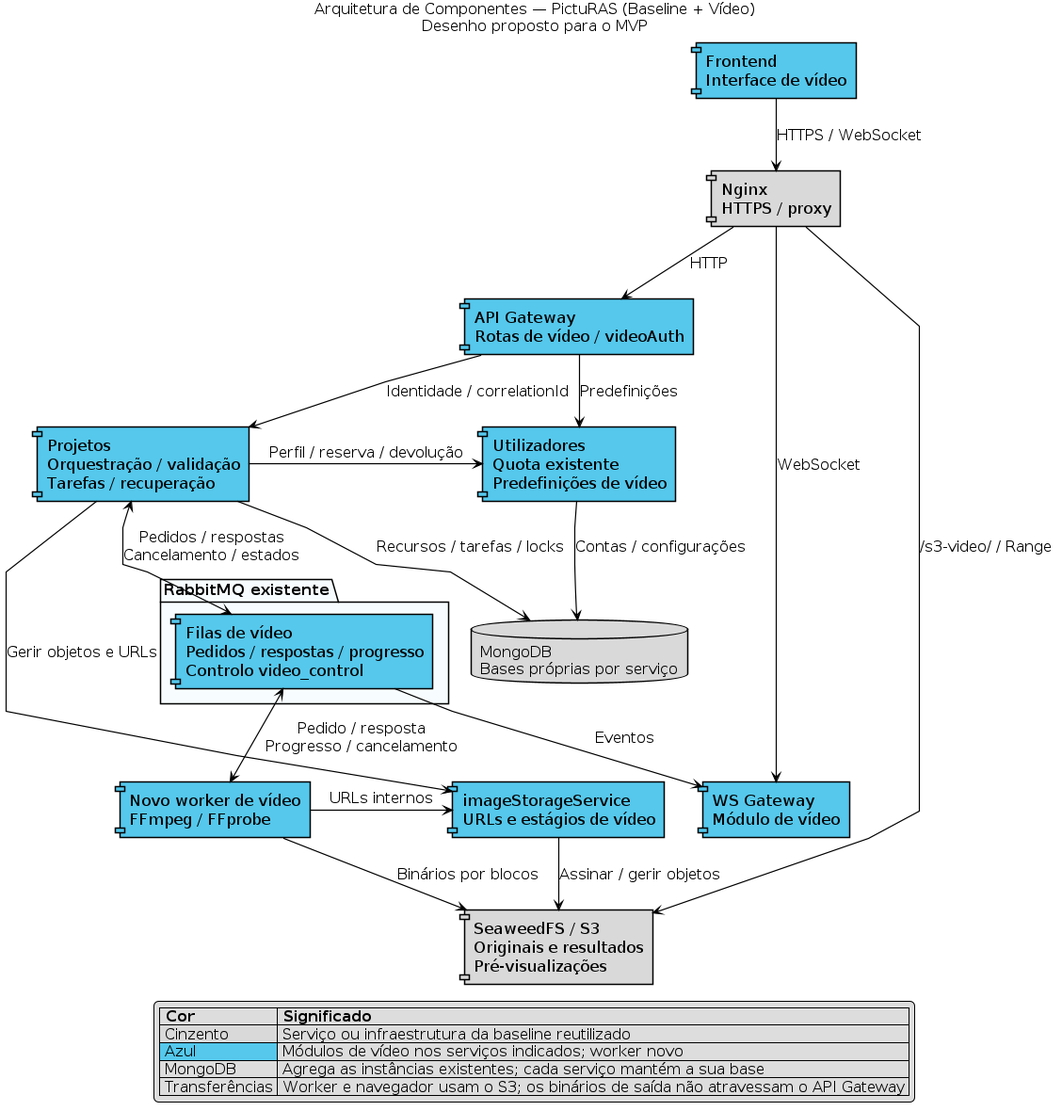
luis444coelho/picturas-27-extension keeps this PlantUML diagram as Documentos consulta/src-doc-ext-requisitos-template/images/arquitetura_componentes.png. Above is the earlier version. Its source is kept beside it as Documentos consulta/src-doc-ext-requisitos-template/images/arquitetura_componentes.puml. Its diagram source:
```plantuml
@startuml arquitetura_componentes
skinparam monochrome false
skinparam shadowing false
skinparam roundcorner 0
skinparam linetype polyline
skinparam defaultFontName Arial
skinparam defaultFontSize 16
skinparam componentFontSize 17
skinparam componentStyle rectangle
skinparam componentBackgroundColor #55C8EC
skinparam componentBorderColor black
skinparam databaseBackgroundColor #D9D9D9
skinparam databaseBorderColor black
skinparam packageBackgroundColor #F7FCFE
skinparam packageBorderColor black
skinparam ArrowColor black
skinparam ArrowThickness 1.2
skinparam nodesep 40
skinparam ranksep 55
top to bottom direction

title Arquitetura de Componentes — PictuRAS (Baseline + Vídeo)\nDesenho proposto para o MVP

component "Frontend\nInterface de vídeo" as UI
component "Nginx\nHTTPS / proxy" as Nginx #D9D9D9
component "API Gateway\nRotas de vídeo / videoAuth" as API
component "Projetos\nOrquestração / validação\nTarefas / recuperação" as Projects
component "Utilizadores\nQuota existente\nPredefinições de vídeo" as Users
package "RabbitMQ existente" {
  component "Filas de vídeo\nPedidos / respostas / progresso\nControlo video_control" as MQ
}
component "Novo worker de vídeo\nFFmpeg / FFprobe" as Worker
component "imageStorageService\nURLs e estágios de vídeo" as Storage
component "WS Gateway\nMódulo de vídeo" as WS
database "MongoDB\nBases próprias por serviço" as DB
component "SeaweedFS / S3\nOriginais e resultados\nPré-visualizações" as S3 #D9D9D9

UI -down-> Nginx : HTTPS / WebSocket
Nginx -down-> API : HTTP
Nginx --> WS : WebSocket
Nginx --> S3 : /s3-video/ / Range
API -down-> Projects : Identidade / correlationId
API --> Users : Predefinições
Projects -right-> Users : Perfil / reserva / devolução
Projects --> DB : Recursos / tarefas / locks
Users --> DB : Contas / configurações
Projects <--> MQ : Pedidos / respostas\nCancelamento / estados
MQ <--> Worker : Pedido / resposta\nProgresso / cancelamento
MQ --> WS : Eventos
Projects --> Storage : Gerir objetos e URLs
Worker -right-> Storage : URLs internos
Worker --> S3 : Binários por blocos
Storage --> S3 : Assinar / gerir objetos

legend bottom
  |= Cor |= Significado |
  |<#D9D9D9> Cinzento | Serviço ou infraestrutura da baseline reutilizado |
  |<#55C8EC> Azul | Módulos de vídeo nos serviços indicados; worker novo |
  | MongoDB | Agrega as instâncias existentes; cada serviço mantém a sua base |
  | Transferências | Worker e navegador usam o S3; os binários de saída não atravessam o API Gateway |
endlegend
@enduml
```
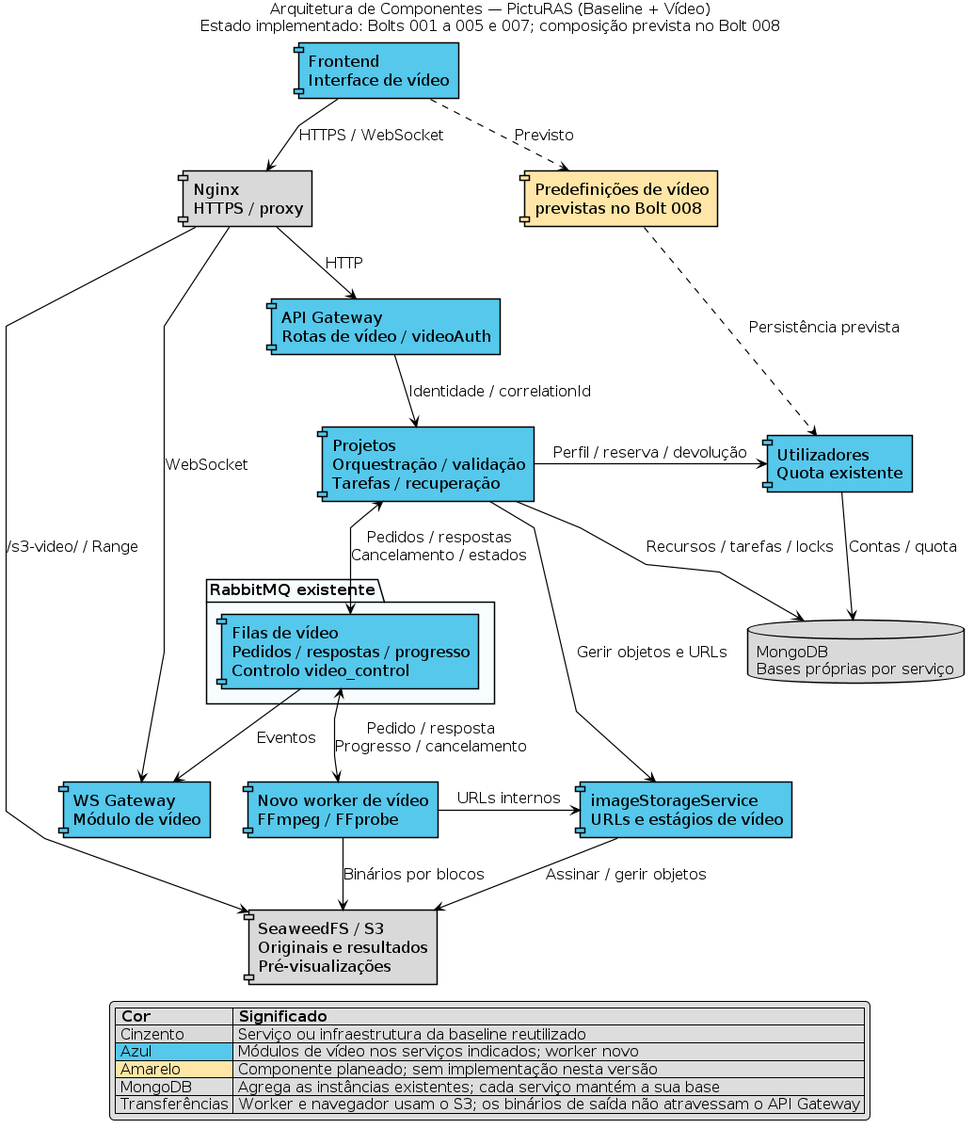
The same diagram one commit later.

The edit, as a diff of the source:
```diff
@@ -19,13 +19,13 @@
 skinparam ranksep 55
 top to bottom direction
 
-title Arquitetura de Componentes — PictuRAS (Baseline + Vídeo)\nDesenho proposto para o MVP
+title Arquitetura de Componentes — PictuRAS (Baseline + Vídeo)\nEstado implementado: Bolts 001 a 005 e 007; composição prevista no Bolt 008
 
 component "Frontend\nInterface de vídeo" as UI
 component "Nginx\nHTTPS / proxy" as Nginx #D9D9D9
 component "API Gateway\nRotas de vídeo / videoAuth" as API
 component "Projetos\nOrquestração / validação\nTarefas / recuperação" as Projects
-component "Utilizadores\nQuota existente\nPredefinições de vídeo" as Users
+component "Utilizadores\nQuota existente" as Users
 package "RabbitMQ existente" {
   component "Filas de vídeo\nPedidos / respostas / progresso\nControlo video_control" as MQ
 }
@@ -40,10 +40,9 @@
 Nginx --> WS : WebSocket
 Nginx --> S3 : /s3-video/ / Range
 API -down-> Projects : Identidade / correlationId
-API --> Users : Predefinições
 Projects -right-> Users : Perfil / reserva / devolução
 Projects --> DB : Recursos / tarefas / locks
-Users --> DB : Contas / configurações
+Users --> DB : Contas / quota
 Projects <--> MQ : Pedidos / respostas\nCancelamento / estados
 MQ <--> Worker : Pedido / resposta\nProgresso / cancelamento
 MQ --> WS : Eventos
@@ -52,10 +51,15 @@
 Worker --> S3 : Binários por blocos
 Storage --> S3 : Assinar / gerir objetos
 
+component "Predefinições de vídeo\nprevistas no Bolt 008" as Presets #FFE6A6
+UI ..> Presets : Previsto
+Presets ..> Users : Persistência prevista
+
 legend bottom
   |= Cor |= Significado |
   |<#D9D9D9> Cinzento | Serviço ou infraestrutura da baseline reutilizado |
   |<#55C8EC> Azul | Módulos de vídeo nos serviços indicados; worker novo |
+  |<#FFE6A6> Amarelo | Componente planeado; sem implementação nesta versão |
   | MongoDB | Agrega as instâncias existentes; cada serviço mantém a sua base |
   | Transferências | Worker e navegador usam o S3; os binários de saída não atravessam o API Gateway |
 endlegend
```
